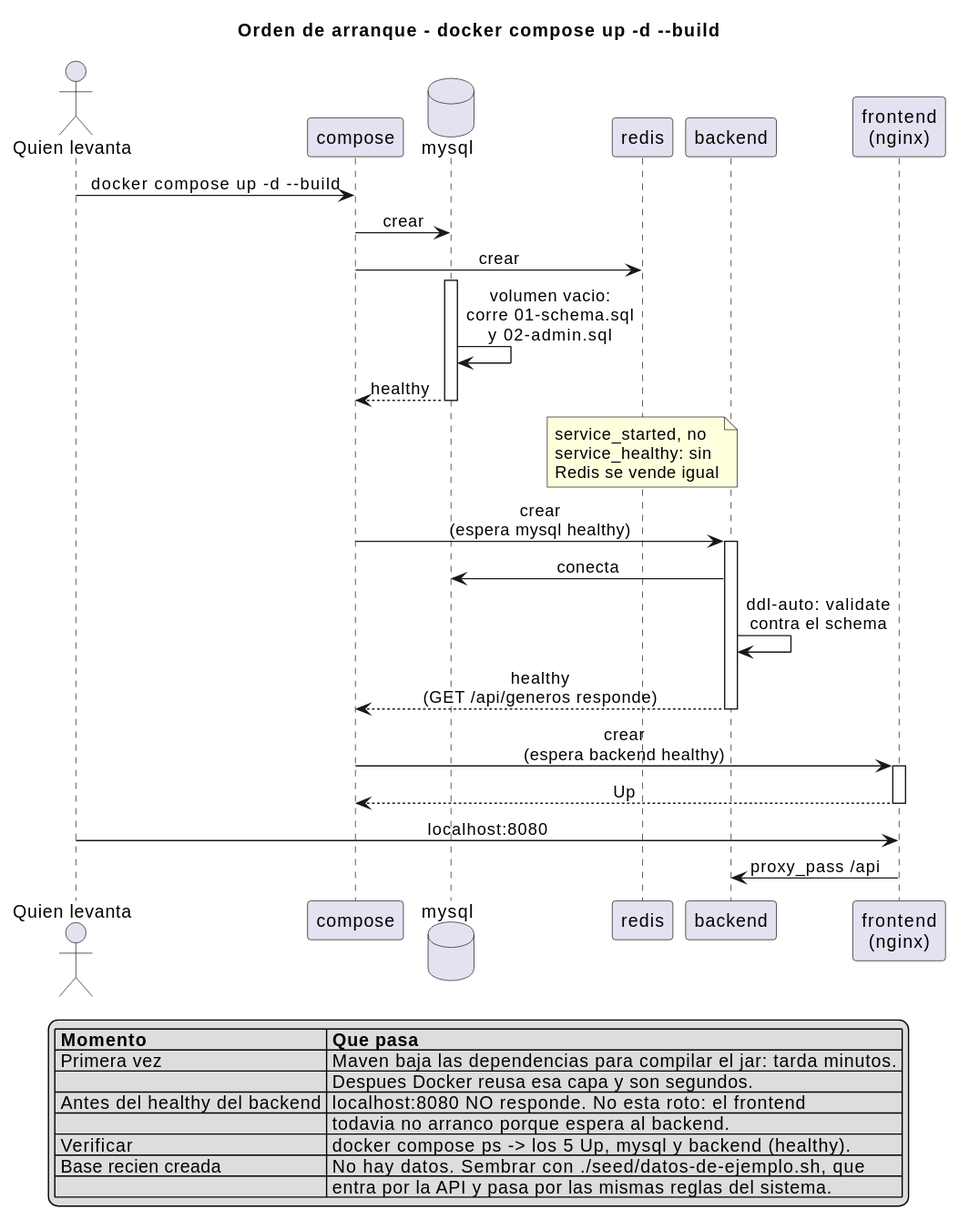
Earlier version of the PlantUML export _other/docs/diagramas/arranque-orden.svg (andreiveisuade/cine-uade).
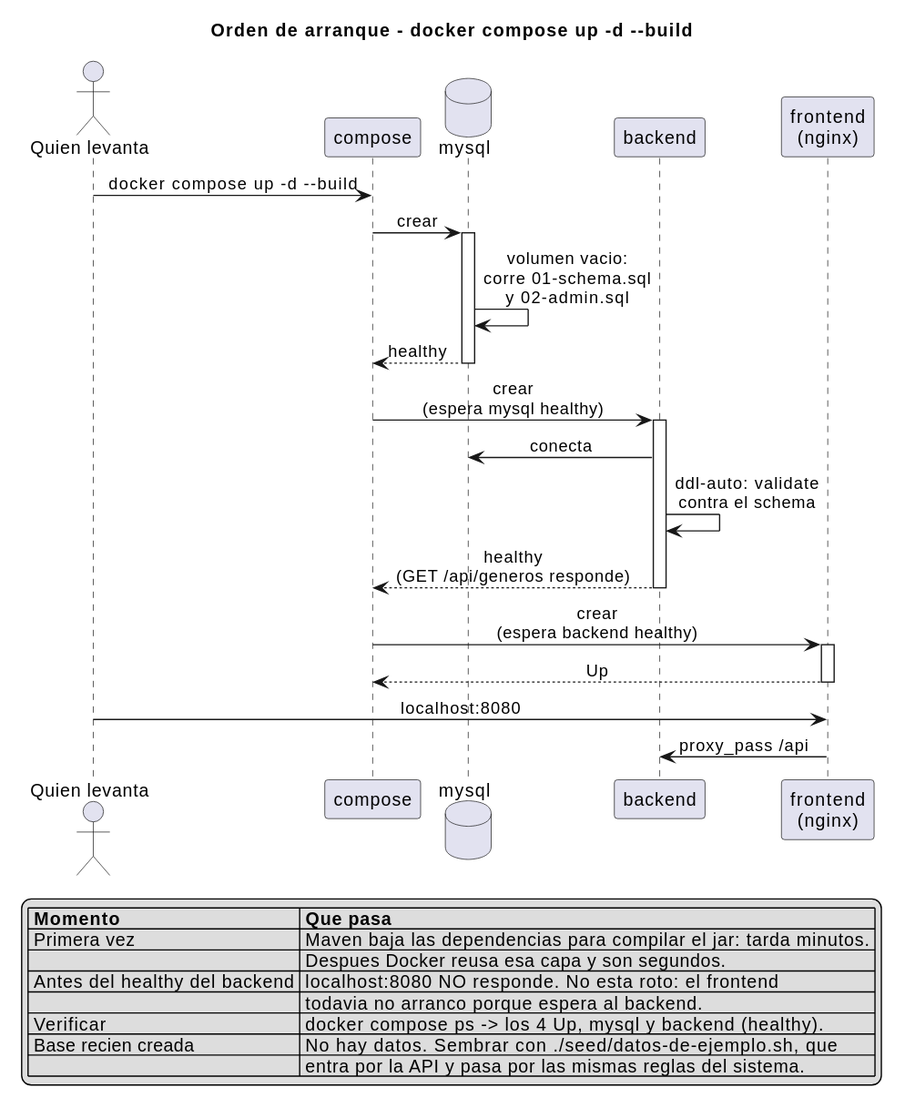
The same diagram one commit later.

Diff of the diagram source:
```diff
@@ -6,25 +6,17 @@
 actor "Quien levanta" as dev
 participant "compose" as compose
 database "mysql" as mysql
-participant "redis" as redis
 participant "backend" as backend
 participant "frontend\n(nginx)" as frontend
 
 dev -> compose : docker compose up -d --build
 
 compose -> mysql : crear
-compose -> redis : crear
 
 activate mysql
 mysql -> mysql : volumen vacio:\ncorre 01-schema.sql\ny 02-admin.sql
 mysql --> compose : healthy
 deactivate mysql
-
-note over redis
-  service_started, no
-  service_healthy: sin
-  Redis se vende igual
-end note
 
 compose -> backend : crear\n(espera mysql healthy)
 activate backend
@@ -47,7 +39,7 @@
   |  | Despues Docker reusa esa capa y son segundos. |
   | Antes del healthy del backend | localhost:8080 NO responde. No esta roto: el frontend |
   |  | todavia no arranco porque espera al backend. |
-  | Verificar | docker compose ps -> los 5 Up, mysql y backend (healthy). |
+  | Verificar | docker compose ps -> los 4 Up, mysql y backend (healthy). |
   | Base recien creada | No hay datos. Sembrar con ./seed/datos-de-ejemplo.sh, que |
   |  | entra por la API y pasa por las mismas reglas del sistema. |
 endlegend
```
